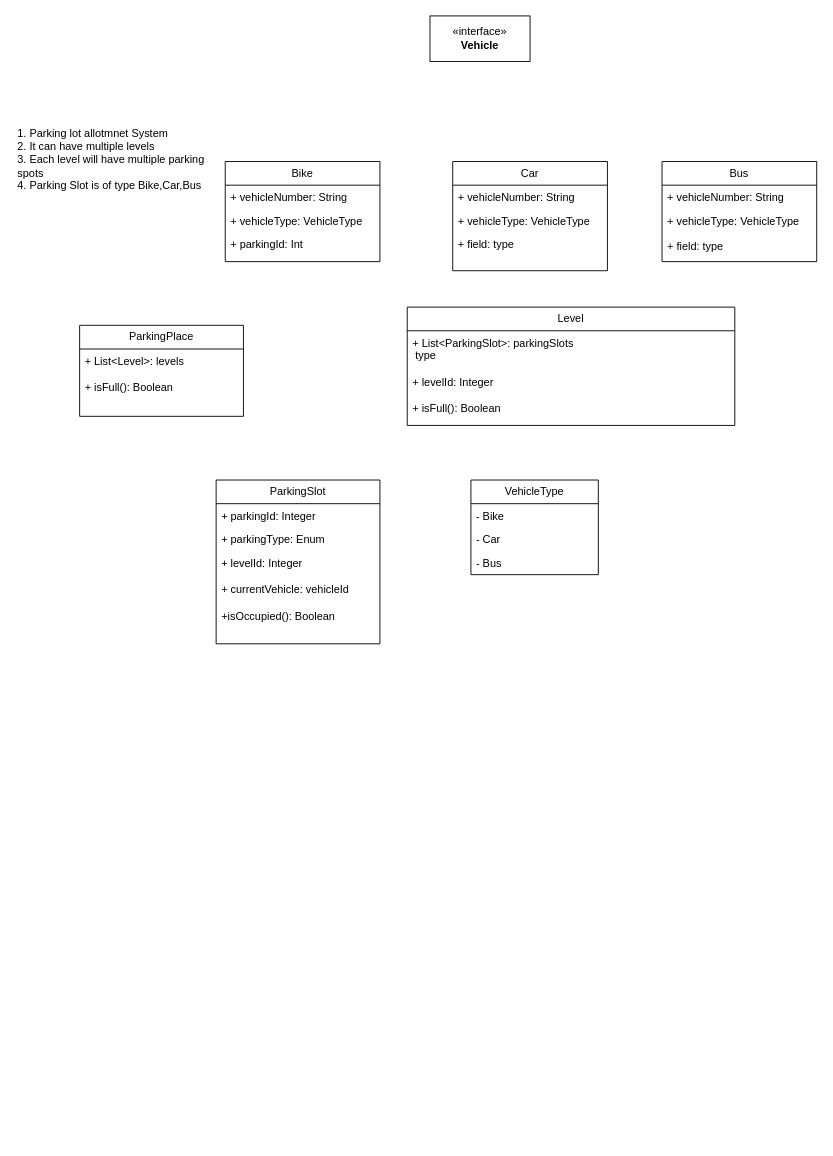
The draw.io diagram ParkingLot.drawio in satyanarayanaallam/system-design, before the edit. Source tidied: cells renumbered, new cells numbered last; positions are measured from the earlier drawing's top-left corner, leaving out a move shared by most shapes. Both pictures are drawn from the tidied source at 91%, with x=0, y=0 at pixel (15, 15).
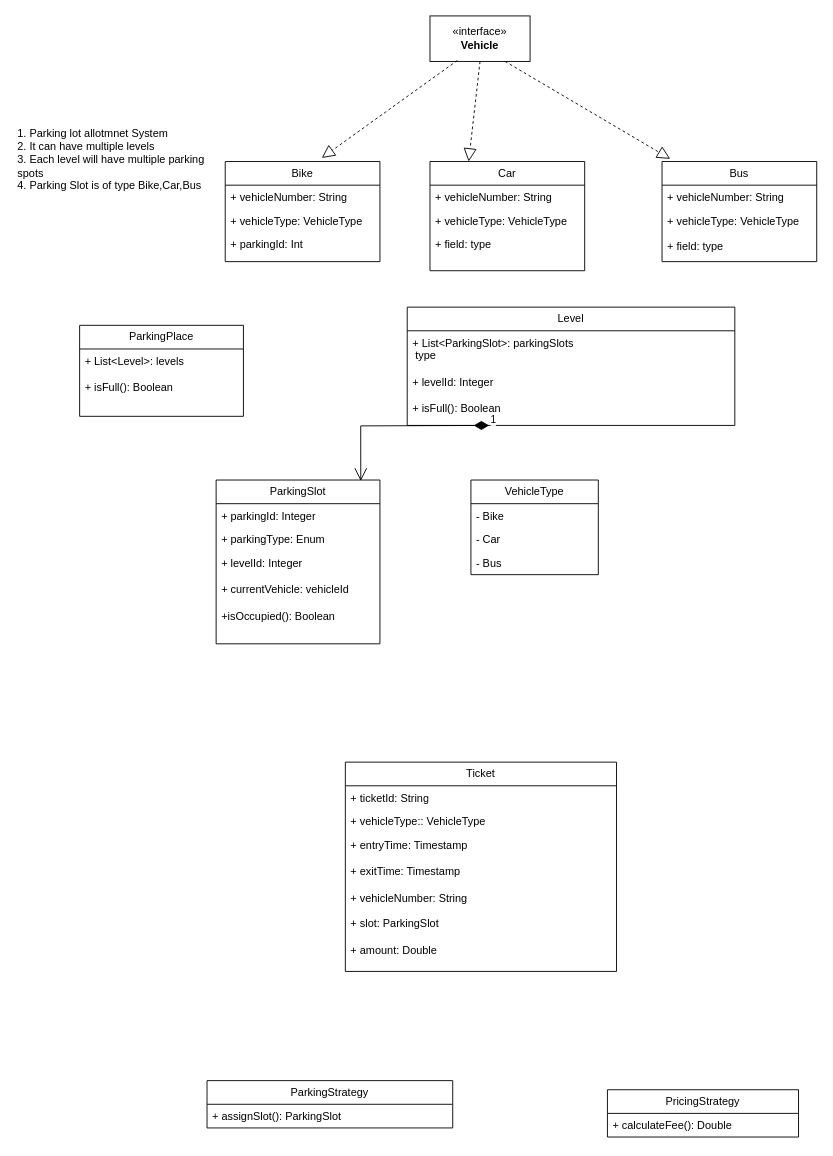
The same diagram, later.

Unchanged cells that the change refers to:
```xml
<mxCell id="2" value="Bike" style="swimlane;fontStyle=0;horizontal=1;startSize=26;fillColor=none;whiteSpace=wrap;html=1;" parent="1" vertex="1">
  <mxGeometry x="230" y="160" width="170" height="110" as="geometry" />
</mxCell>
<mxCell id="10" value="Bus" style="swimlane;fontStyle=0;horizontal=1;startSize=26;fillColor=none;whiteSpace=wrap;html=1;" parent="1" vertex="1">
  <mxGeometry x="710" y="160" width="170" height="110" as="geometry" />
</mxCell>
<mxCell id="14" value="«interface»&lt;br&gt;&lt;b&gt;Vehicle&lt;/b&gt;" style="html=1;whiteSpace=wrap;" parent="1" vertex="1">
  <mxGeometry x="455" width="110" height="50" as="geometry" />
</mxCell>
<mxCell id="20" value="ParkingSlot" style="swimlane;fontStyle=0;horizontal=1;startSize=26;fillColor=none;whiteSpace=wrap;html=1;" parent="1" vertex="1">
  <mxGeometry x="220" y="510" width="180" height="180" as="geometry" />
</mxCell>
```

The edit, as a diff of the source:
```diff
@@
     <mxCell id="6" value="Car" style="swimlane;fontStyle=0;horizontal=1;startSize=26;fillColor=none;whiteSpace=wrap;html=1;" parent="1" vertex="1">
-      <mxGeometry x="480" y="160" width="170" height="120" as="geometry" />
+      <mxGeometry x="455" y="160" width="170" height="120" as="geometry" />
     </mxCell>
@@
+    <mxCell id="28" value="Ticket" style="swimlane;fontStyle=0;horizontal=1;startSize=26;fillColor=none;whiteSpace=wrap;html=1;" parent="1" vertex="1">
+      <mxGeometry x="362" y="820" width="298" height="230" as="geometry" />
+    </mxCell>
+    <mxCell id="29" value="+ ticketId: String" style="text;strokeColor=none;fillColor=none;align=left;verticalAlign=top;spacingLeft=4;spacingRight=4;overflow=hidden;whiteSpace=wrap;html=1;" parent="28" vertex="1">
+      <mxGeometry y="26" width="298" height="26" as="geometry" />
+    </mxCell>
+    <mxCell id="30" value="+ vehicleType:: VehicleType" style="text;strokeColor=none;fillColor=none;align=left;verticalAlign=top;spacingLeft=4;spacingRight=4;overflow=hidden;whiteSpace=wrap;html=1;" parent="28" vertex="1">
+      <mxGeometry y="52" width="298" height="26" as="geometry" />
+    </mxCell>
+    <mxCell id="31" value="+ entryTime: Timestamp&lt;div&gt;&lt;br&gt;&lt;/div&gt;&lt;div&gt;+ exitTime: Timestamp&lt;/div&gt;&lt;div&gt;&lt;br&gt;&lt;/div&gt;&lt;div&gt;+ vehicleNumber: String&lt;/div&gt;&lt;div&gt;&lt;br&gt;&lt;/div&gt;&lt;div&gt;+ slot:&amp;nbsp;&lt;span style=&quot;text-align: center; background-color: transparent; color: light-dark(rgb(0, 0, 0), rgb(255, 255, 255));&quot;&gt;ParkingSlot&lt;/span&gt;&lt;/div&gt;&lt;div&gt;&lt;span style=&quot;text-align: center; background-color: transparent; color: light-dark(rgb(0, 0, 0), rgb(255, 255, 255));&quot;&gt;&lt;br&gt;&lt;/span&gt;&lt;/div&gt;&lt;div&gt;&lt;span style=&quot;text-align: center; background-color: transparent; color: light-dark(rgb(0, 0, 0), rgb(255, 255, 255));&quot;&gt;+ amount: Double&lt;/span&gt;&lt;/div&gt;" style="text;strokeColor=none;fillColor=none;align=left;verticalAlign=top;spacingLeft=4;spacingRight=4;overflow=hidden;whiteSpace=wrap;html=1;" parent="28" vertex="1">
+      <mxGeometry y="78" width="298" height="152" as="geometry" />
+    </mxCell>
+    <mxCell id="32" value="ParkingStrategy" style="swimlane;fontStyle=0;horizontal=1;startSize=26;fillColor=none;whiteSpace=wrap;html=1;" parent="1" vertex="1">
+      <mxGeometry x="210" y="1170" width="270" height="52" as="geometry" />
+    </mxCell>
+    <mxCell id="33" value="+ assignSlot(): ParkingSlot" style="text;strokeColor=none;fillColor=none;align=left;verticalAlign=top;spacingLeft=4;spacingRight=4;overflow=hidden;whiteSpace=wrap;html=1;" parent="32" vertex="1">
+      <mxGeometry y="26" width="270" height="26" as="geometry" />
+    </mxCell>
+    <mxCell id="34" value="PricingStrategy" style="swimlane;fontStyle=0;horizontal=1;startSize=26;fillColor=none;whiteSpace=wrap;html=1;" parent="1" vertex="1">
+      <mxGeometry x="650" y="1180" width="210" height="52" as="geometry" />
+    </mxCell>
+    <mxCell id="35" value="+ calculateFee(): Double" style="text;strokeColor=none;fillColor=none;align=left;verticalAlign=top;spacingLeft=4;spacingRight=4;overflow=hidden;whiteSpace=wrap;html=1;" parent="34" vertex="1">
+      <mxGeometry y="26" width="210" height="26" as="geometry" />
+    </mxCell>
+    <mxCell id="36" style="endArrow=block;dashed=1;endFill=0;endSize=12;html=1;rounded=0;entryX=0.624;entryY=-0.036;entryDx=0;entryDy=0;entryPerimeter=0;" parent="1" edge="1" target="2">
+      <mxGeometry relative="1" as="geometry">
+        <mxPoint x="485" y="49" as="sourcePoint" />
+      </mxGeometry>
+    </mxCell>
+    <mxCell id="37" style="endArrow=block;dashed=1;endFill=0;endSize=12;html=1;rounded=0;entryX=0.25;entryY=0;entryDx=0;entryDy=0;exitX=0.5;exitY=1;exitDx=0;exitDy=0;" parent="1" edge="1" source="14" target="6">
+      <mxGeometry relative="1" as="geometry" />
+    </mxCell>
+    <mxCell id="38" style="endArrow=block;dashed=1;endFill=0;endSize=12;html=1;rounded=0;entryX=0.053;entryY=-0.027;entryDx=0;entryDy=0;exitX=0.75;exitY=1;exitDx=0;exitDy=0;entryPerimeter=0;" parent="1" edge="1" source="14" target="10">
+      <mxGeometry relative="1" as="geometry" />
+    </mxCell>
+    <mxCell id="39" value="1" style="endArrow=open;html=1;endSize=12;startArrow=diamondThin;startSize=14;startFill=1;edgeStyle=orthogonalEdgeStyle;align=left;verticalAlign=bottom;rounded=0;entryX=0.883;entryY=0.006;entryDx=0;entryDy=0;entryPerimeter=0;" parent="1" edge="1" target="20">
+      <mxGeometry x="-1" y="3" relative="1" as="geometry">
+        <mxPoint x="520" y="450" as="sourcePoint" />
+      </mxGeometry>
+    </mxCell>
```
